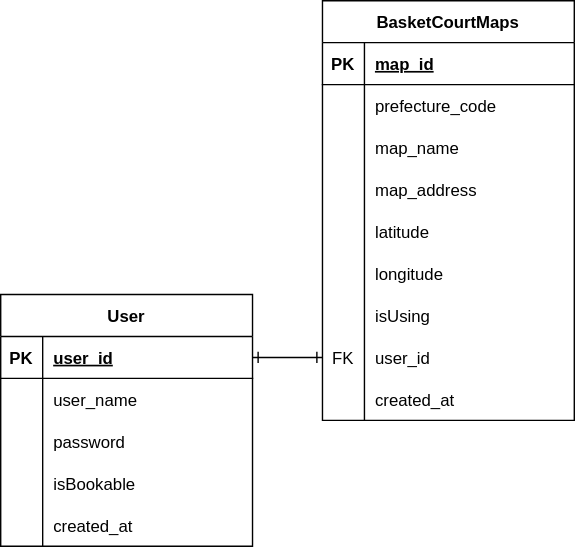
yamaneko86/basket-court-map-ts keeps this draw.io diagram as src/app/_design/db.drawio.svg. Above is the earlier version. Source tidied: cells renumbered, new cells last; positions are measured from the earlier drawing's top-left corner, leaving out a move shared by most shapes.
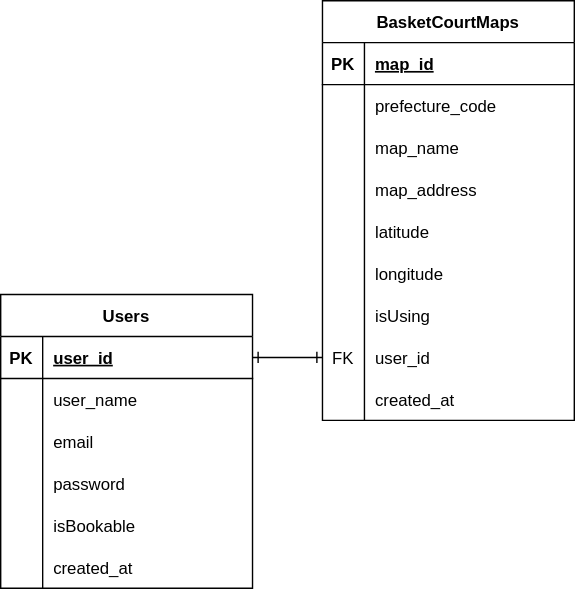
The same diagram one commit later.

Commit message:
Usersテーブルにemailを追加

Diff of the diagram source:
```diff
@@ -86,8 +86,8 @@
     <mxCell id="29" value="created_at" style="shape=partialRectangle;fillColor=none;top=0;left=0;bottom=0;right=0;align=left;spacingLeft=6;overflow=hidden;" parent="27" vertex="1">
       <mxGeometry x="30" width="150" height="30" as="geometry" />
     </mxCell>
-    <mxCell id="30" value="User" style="shape=table;startSize=30;rowLines=0;fontStyle=1;align=center;" parent="1" vertex="1">
-      <mxGeometry y="210" width="180" height="180" as="geometry" />
+    <mxCell id="30" value="Users" style="shape=table;startSize=30;rowLines=0;fontStyle=1;align=center;" parent="1" vertex="1">
+      <mxGeometry y="210" width="180" height="210" as="geometry" />
     </mxCell>
     <mxCell id="31" style="shape=tableRow;horizontal=0;startSize=0;swimlaneHead=0;swimlaneBody=0;fillColor=none;points=[[0,0.5],[1,0.5]];portConstraint=eastwest;top=0;left=0;right=0;bottom=1;" parent="30" vertex="1">
       <mxGeometry y="30" width="180" height="30" as="geometry" />
@@ -113,7 +113,7 @@
     <mxCell id="38" style="shape=partialRectangle;fillColor=none;top=0;left=0;bottom=0;right=0;overflow=hidden;" parent="37" vertex="1">
       <mxGeometry width="30" height="30" as="geometry" />
     </mxCell>
-    <mxCell id="39" value="password" style="shape=partialRectangle;fillColor=none;top=0;left=0;bottom=0;right=0;align=left;spacingLeft=6;overflow=hidden;" parent="37" vertex="1">
+    <mxCell id="39" value="email" style="shape=partialRectangle;fillColor=none;top=0;left=0;bottom=0;right=0;align=left;spacingLeft=6;overflow=hidden;" parent="37" vertex="1">
       <mxGeometry x="30" width="150" height="30" as="geometry" />
     </mxCell>
     <mxCell id="40" style="shape=tableRow;horizontal=0;startSize=0;swimlaneHead=0;swimlaneBody=0;fillColor=none;top=0;left=0;right=0;bottom=0;" parent="30" vertex="1">
@@ -122,7 +122,7 @@
     <mxCell id="41" style="shape=partialRectangle;fillColor=none;top=0;left=0;bottom=0;right=0;overflow=hidden;" parent="40" vertex="1">
       <mxGeometry width="30" height="30" as="geometry" />
     </mxCell>
-    <mxCell id="42" value="isBookable" style="shape=partialRectangle;fillColor=none;top=0;left=0;bottom=0;right=0;align=left;spacingLeft=6;overflow=hidden;" parent="40" vertex="1">
+    <mxCell id="42" value="password" style="shape=partialRectangle;fillColor=none;top=0;left=0;bottom=0;right=0;align=left;spacingLeft=6;overflow=hidden;" parent="40" vertex="1">
       <mxGeometry x="30" width="150" height="30" as="geometry" />
     </mxCell>
     <mxCell id="43" style="shape=tableRow;horizontal=0;startSize=0;swimlaneHead=0;swimlaneBody=0;fillColor=none;top=0;left=0;right=0;bottom=0;" parent="30" vertex="1">
@@ -131,9 +131,18 @@
     <mxCell id="44" style="shape=partialRectangle;fillColor=none;top=0;left=0;bottom=0;right=0;overflow=hidden;" parent="43" vertex="1">
       <mxGeometry width="30" height="30" as="geometry" />
     </mxCell>
-    <mxCell id="45" value="created_at" style="shape=partialRectangle;fillColor=none;top=0;left=0;bottom=0;right=0;align=left;spacingLeft=6;overflow=hidden;" parent="43" vertex="1">
+    <mxCell id="45" value="isBookable" style="shape=partialRectangle;fillColor=none;top=0;left=0;bottom=0;right=0;align=left;spacingLeft=6;overflow=hidden;" parent="43" vertex="1">
       <mxGeometry x="30" width="150" height="30" as="geometry" />
     </mxCell>
+    <mxCell id="47" style="shape=tableRow;horizontal=0;startSize=0;swimlaneHead=0;swimlaneBody=0;fillColor=none;top=0;left=0;right=0;bottom=0;" parent="30" vertex="1">
+      <mxGeometry y="180" width="180" height="30" as="geometry" />
+    </mxCell>
+    <mxCell id="48" style="shape=partialRectangle;fillColor=none;top=0;left=0;bottom=0;right=0;overflow=hidden;" parent="47" vertex="1">
+      <mxGeometry width="30" height="30" as="geometry" />
+    </mxCell>
+    <mxCell id="49" value="created_at" style="shape=partialRectangle;fillColor=none;top=0;left=0;bottom=0;right=0;align=left;spacingLeft=6;overflow=hidden;" parent="47" vertex="1">
+      <mxGeometry x="30" width="150" height="30" as="geometry" />
+    </mxCell>
     <mxCell id="46" style="edgeStyle=none;html=1;exitX=1;exitY=0.5;exitDx=0;exitDy=0;entryX=0;entryY=0.5;entryDx=0;entryDy=0;rounded=1;startFill=0;endArrow=ERone;endFill=0;startArrow=ERone;" parent="1" edge="1" source="31" target="24">
       <mxGeometry relative="1" as="geometry" />
     </mxCell>
```
